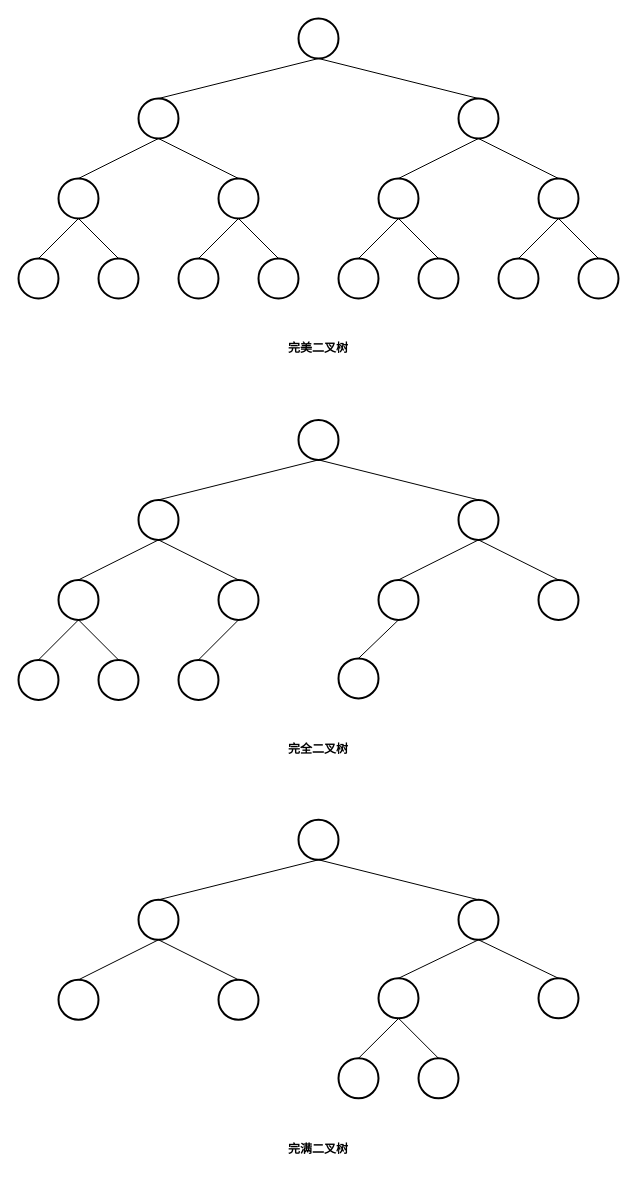
CunYu/study-note keeps this draw.io diagram as 数据结构与算法/数据结构/image/二叉树类型.drawio. Above is the earlier version. Source tidied: cells renumbered, new cells numbered last; positions are measured from the earlier drawing's top-left corner, leaving out a move shared by most shapes. Both pictures are drawn from the tidied source at 100%, with x=0, y=0 at pixel (18, 18).
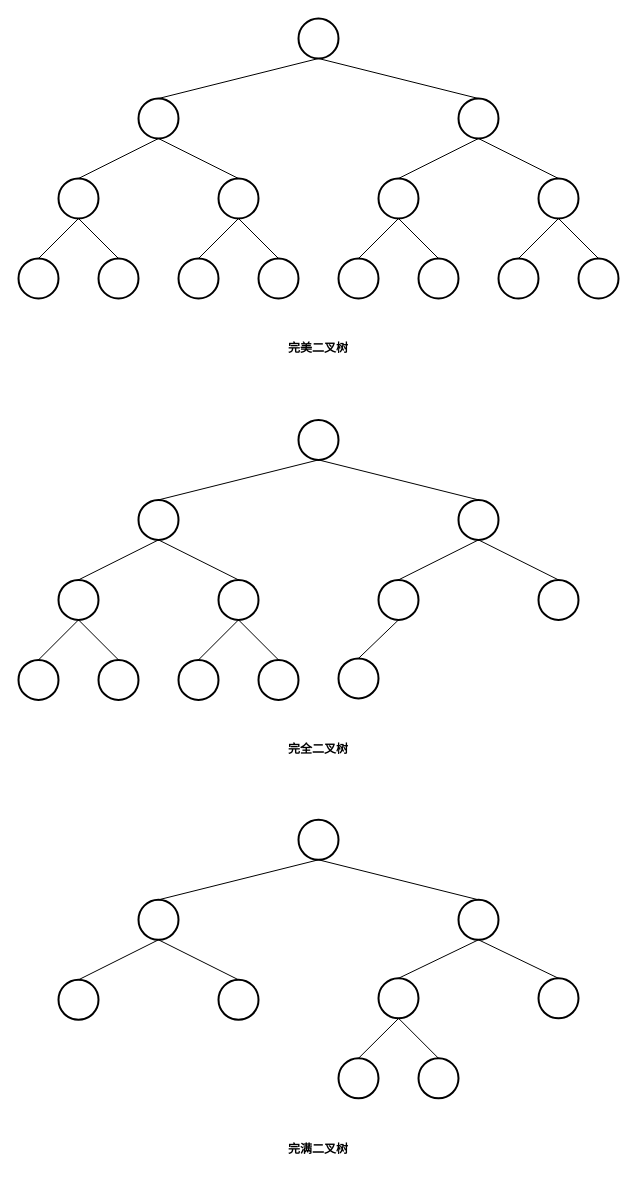
The same page after the edit.

Commit message (it also covers changes not shown here):
堆简介文档添加，二叉树类型图片优化。

Unchanged cells that the change refers to:
```xml
<mxCell id="42" style="ellipse;whiteSpace=wrap;html=1;strokeWidth=2;" parent="1" vertex="1">
  <mxGeometry x="200" y="561.4" width="40" height="40" as="geometry" />
</mxCell>
```

What changed in the source:
```diff
@@
+    <mxCell id="72" style="rounded=0;jettySize=auto;html=1;exitX=0.5;exitY=1;exitDx=0;exitDy=0;entryX=0.5;entryY=0;entryDx=0;entryDy=0;endArrow=none;endFill=0;" parent="1" edge="1" source="42" target="73">
+      <mxGeometry relative="1" as="geometry" />
+    </mxCell>
@@
+    <mxCell id="73" style="ellipse;whiteSpace=wrap;html=1;strokeWidth=2;" parent="1" vertex="1">
+      <mxGeometry x="240" y="641.4" width="40" height="40" as="geometry" />
+    </mxCell>
```
